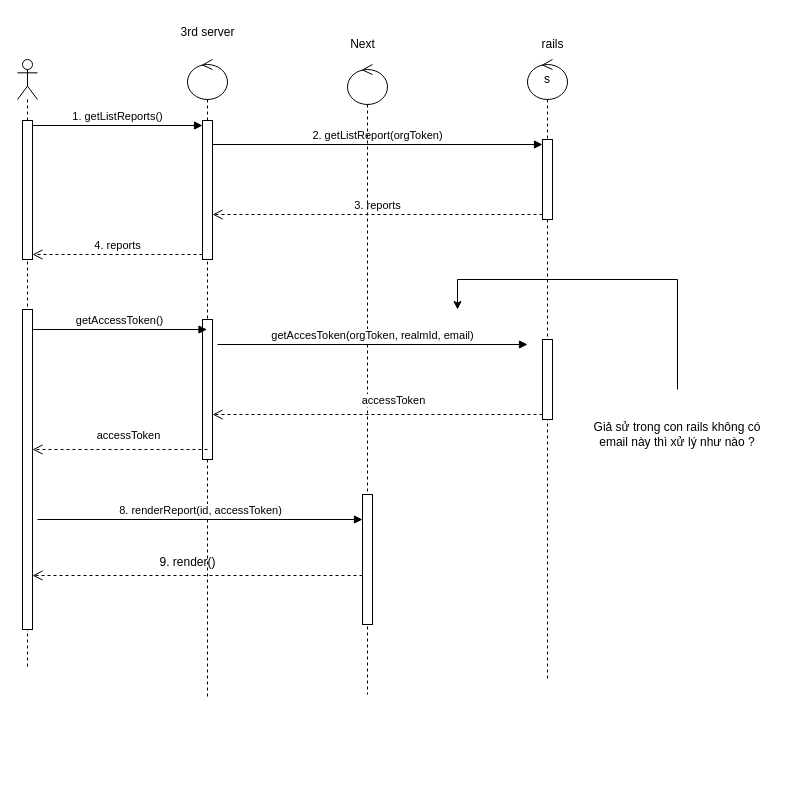
The draw.io diagram page "Page-5" (4 of 4) of document/document.drawio in khanhprolazay/-NashTech--BookStore, before the edit. Source tidied: cells renumbered, new cells numbered last; positions are measured from the earlier drawing's top-left corner, leaving out a move shared by most shapes. Both pictures are drawn from the tidied source at 100%, with x=0, y=0 at pixel (17, 17).
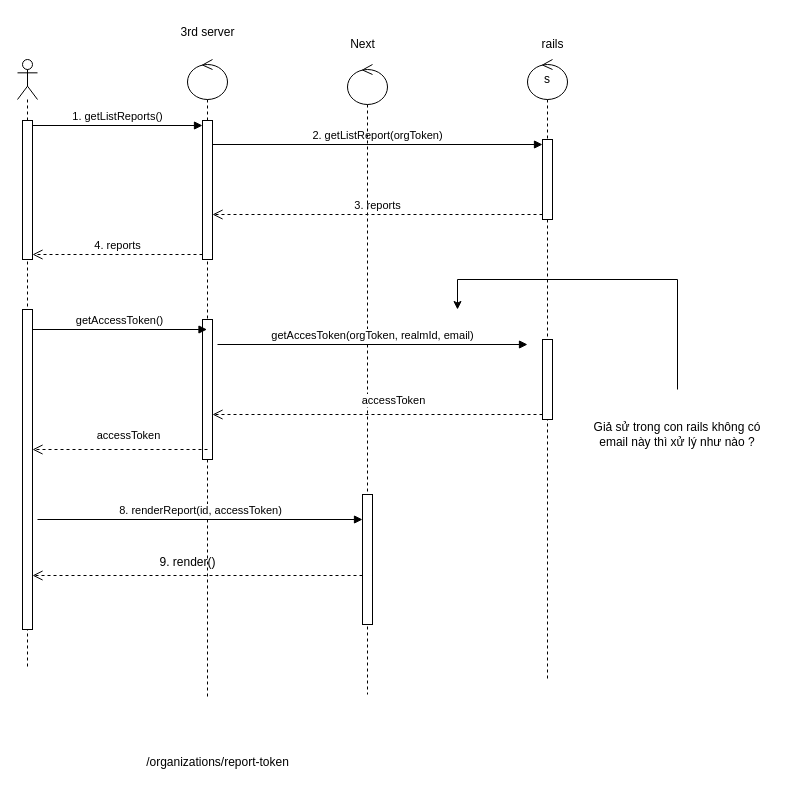
The same page after the edit.

The edit, as a diff of the source:
```diff
@@
+    <mxCell id="30" value="/organizations/report-token" style="text;html=1;align=center;verticalAlign=middle;strokeColor=none;fillColor=none;" parent="1" vertex="1">
+      <mxGeometry x="115" y="730" width="170" height="30" as="geometry" />
+    </mxCell>
```
